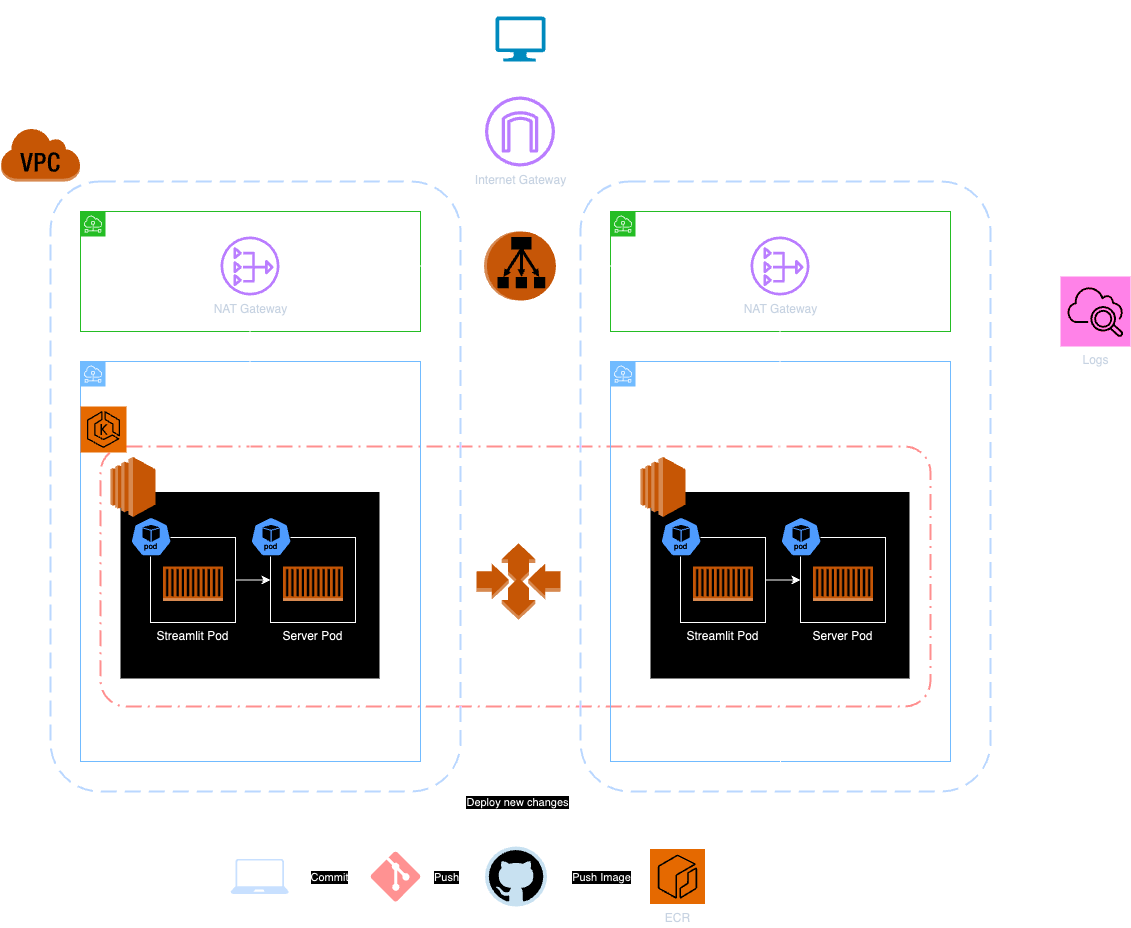
Above: LLD/v4.0.png in Anirudh1905/Chatbot (draw.io), before the change. Source tidied: cells renumbered, new cells last; positions are measured from the earlier drawing's top-left corner, leaving out a move shared by most shapes.
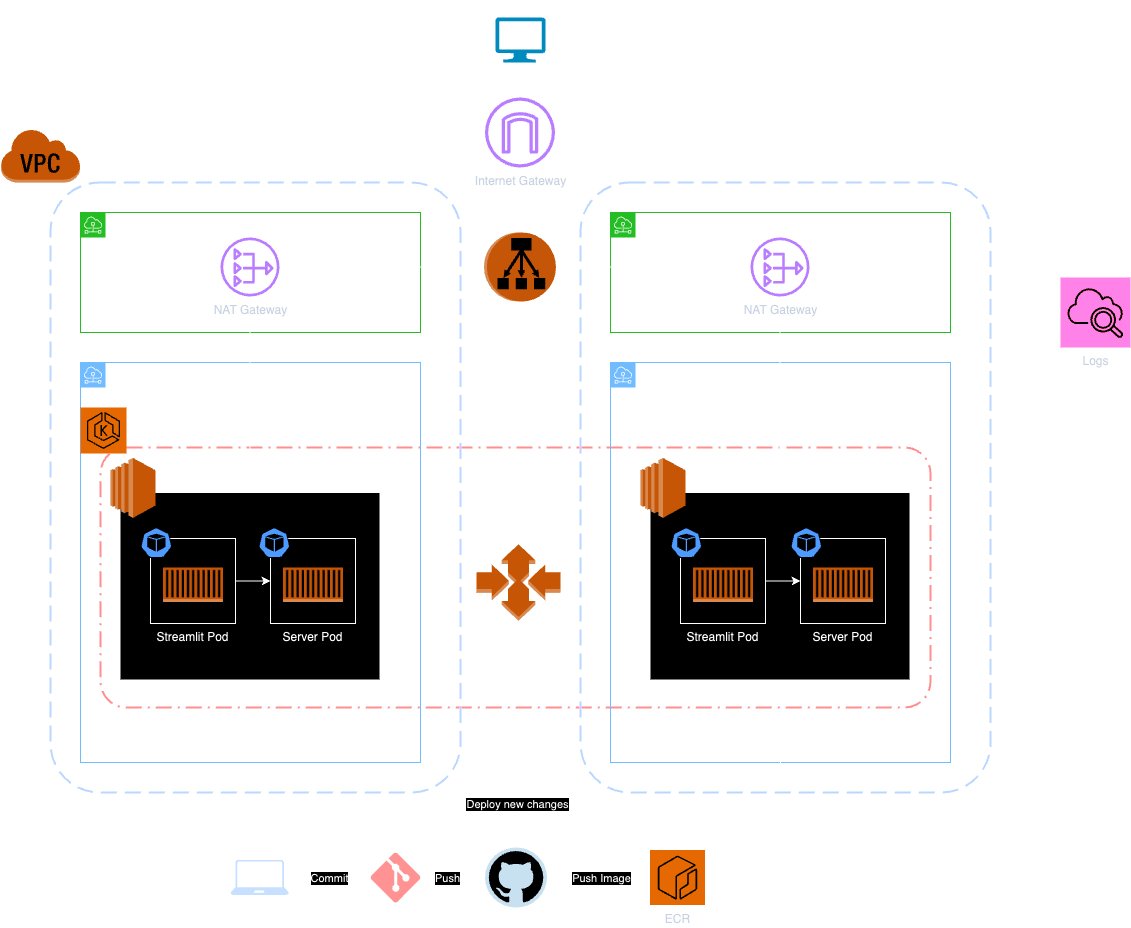
After the commit.

Diff of the diagram source:
```diff
@@ -16,7 +16,7 @@
     <mxCell id="4" value="EKS Cluster" style="rounded=0;whiteSpace=wrap;html=1;fillColor=none;labelPosition=center;verticalLabelPosition=top;align=center;verticalAlign=bottom;" parent="1" vertex="1">
       <mxGeometry x="90" y="410" width="850" height="310" as="geometry" />
     </mxCell>
-    <mxCell id="5" value="Autoscaling Group" style="rounded=1;arcSize=10;dashed=1;fillColor=none;gradientColor=none;dashPattern=8 3 1 3;strokeWidth=2;labelPosition=center;verticalLabelPosition=bottom;align=center;verticalAlign=top;textShadow=1;strokeColor=#e91616;" parent="1" vertex="1">
+    <mxCell id="5" value="Autoscaling Group" style="rounded=1;arcSize=10;dashed=1;fillColor=none;gradientColor=none;dashPattern=8 3 1 3;strokeWidth=2;labelPosition=center;verticalLabelPosition=bottom;align=center;verticalAlign=top;textShadow=0;strokeColor=#e91616;" parent="1" vertex="1">
       <mxGeometry x="100" y="430" width="830" height="260" as="geometry" />
     </mxCell>
     <mxCell id="6" style="group;" parent="1" vertex="1">
@@ -58,9 +58,9 @@
     <mxCell id="18" style="dashed=0;verticalLabelPosition=bottom;verticalAlign=top;align=center;html=1;shape=mxgraph.aws3.ec2_compute_container;fillColor=#F58534;gradientColor=none;" parent="16" vertex="1">
       <mxGeometry x="32.5" y="49.6" width="60" height="34.5" as="geometry" />
     </mxCell>
-    <mxCell id="19" style="sketch=0;html=1;dashed=0;whitespace=wrap;fillColor=#2875E2;strokeColor=#ffffff;shape=mxgraph.kubernetes.icon2;kubernetesLabel=1;prIcon=pod;" parent="16" vertex="1">
-      <mxGeometry width="41.2" height="39.6" as="geometry" />
-    </mxCell>
+    <mxCell id="69" style="sketch=0;html=1;dashed=0;whitespace=wrap;fillColor=#2875E2;strokeColor=#ffffff;shape=mxgraph.kubernetes.icon2;prIcon=pod;" parent="16" vertex="1">
+      <mxGeometry x="10" y="9.6" width="31.7" height="30.4" as="geometry" />
+    </mxCell>
     <mxCell id="20" style="group;" parent="13" vertex="1">
       <mxGeometry x="140" y="60" width="105" height="105.6" as="geometry" />
     </mxCell>
@@ -70,12 +70,12 @@
     <mxCell id="22" style="dashed=0;verticalLabelPosition=bottom;verticalAlign=top;align=center;html=1;shape=mxgraph.aws3.ec2_compute_container;fillColor=#F58534;gradientColor=none;" parent="20" vertex="1">
       <mxGeometry x="32.5" y="49.6" width="60" height="34.5" as="geometry" />
     </mxCell>
-    <mxCell id="23" style="sketch=0;html=1;dashed=0;whitespace=wrap;fillColor=#2875E2;strokeColor=#ffffff;shape=mxgraph.kubernetes.icon2;kubernetesLabel=1;prIcon=pod;" parent="20" vertex="1">
-      <mxGeometry width="41.2" height="39.6" as="geometry" />
-    </mxCell>
     <mxCell id="24" style="edgeStyle=orthogonalEdgeStyle;rounded=0;jettySize=auto;html=1;entryX=0;entryY=0.5;entryDx=0;entryDy=0;" parent="13" edge="1" source="17" target="21">
       <mxGeometry relative="1" as="geometry" />
     </mxCell>
+    <mxCell id="70" style="sketch=0;html=1;dashed=0;whitespace=wrap;fillColor=#2875E2;strokeColor=#ffffff;shape=mxgraph.kubernetes.icon2;prIcon=pod;" parent="13" vertex="1">
+      <mxGeometry x="150" y="69.6" width="31.7" height="30.4" as="geometry" />
+    </mxCell>
     <mxCell id="25" style="edgeStyle=orthogonalEdgeStyle;rounded=0;jettySize=auto;html=1;" parent="1" edge="1" source="27" target="64">
       <mxGeometry relative="1" as="geometry" />
     </mxCell>
@@ -143,9 +143,9 @@
     <mxCell id="44" style="dashed=0;verticalLabelPosition=bottom;verticalAlign=top;align=center;html=1;shape=mxgraph.aws3.ec2_compute_container;fillColor=#F58534;gradientColor=none;" parent="42" vertex="1">
       <mxGeometry x="32.5" y="49.6" width="60" height="34.5" as="geometry" />
     </mxCell>
-    <mxCell id="45" style="sketch=0;html=1;dashed=0;whitespace=wrap;fillColor=#2875E2;strokeColor=#ffffff;shape=mxgraph.kubernetes.icon2;kubernetesLabel=1;prIcon=pod;" parent="42" vertex="1">
-      <mxGeometry width="41.2" height="39.6" as="geometry" />
-    </mxCell>
+    <mxCell id="71" style="sketch=0;html=1;dashed=0;whitespace=wrap;fillColor=#2875E2;strokeColor=#ffffff;shape=mxgraph.kubernetes.icon2;prIcon=pod;" parent="42" vertex="1">
+      <mxGeometry x="10" y="9.6" width="31.7" height="30.4" as="geometry" />
+    </mxCell>
     <mxCell id="46" style="group;" parent="39" vertex="1">
       <mxGeometry x="140" y="60" width="105" height="105.6" as="geometry" />
     </mxCell>
@@ -155,12 +155,12 @@
     <mxCell id="48" style="dashed=0;verticalLabelPosition=bottom;verticalAlign=top;align=center;html=1;shape=mxgraph.aws3.ec2_compute_container;fillColor=#F58534;gradientColor=none;" parent="46" vertex="1">
       <mxGeometry x="32.5" y="49.6" width="60" height="34.5" as="geometry" />
     </mxCell>
-    <mxCell id="49" style="sketch=0;html=1;dashed=0;whitespace=wrap;fillColor=#2875E2;strokeColor=#ffffff;shape=mxgraph.kubernetes.icon2;kubernetesLabel=1;prIcon=pod;" parent="46" vertex="1">
-      <mxGeometry width="41.2" height="39.6" as="geometry" />
-    </mxCell>
     <mxCell id="50" style="edgeStyle=orthogonalEdgeStyle;rounded=0;jettySize=auto;html=1;entryX=0;entryY=0.5;entryDx=0;entryDy=0;" parent="39" edge="1" source="43" target="47">
       <mxGeometry relative="1" as="geometry" />
     </mxCell>
+    <mxCell id="72" style="sketch=0;html=1;dashed=0;whitespace=wrap;fillColor=#2875E2;strokeColor=#ffffff;shape=mxgraph.kubernetes.icon2;prIcon=pod;" parent="39" vertex="1">
+      <mxGeometry x="148" y="69.6" width="31.7" height="30.4" as="geometry" />
+    </mxCell>
     <mxCell id="51" style="sketch=0;fontColor=#232F3E;fillColor=#ED7100;strokeColor=#ffffff;dashed=0;verticalLabelPosition=bottom;verticalAlign=top;align=center;html=1;fontSize=12;fontStyle=0;shape=mxgraph.aws4.resourceIcon;resIcon=mxgraph.aws4.eks;" parent="33" vertex="1">
       <mxGeometry x="30" y="225" width="46" height="46" as="geometry" />
     </mxCell>
```
